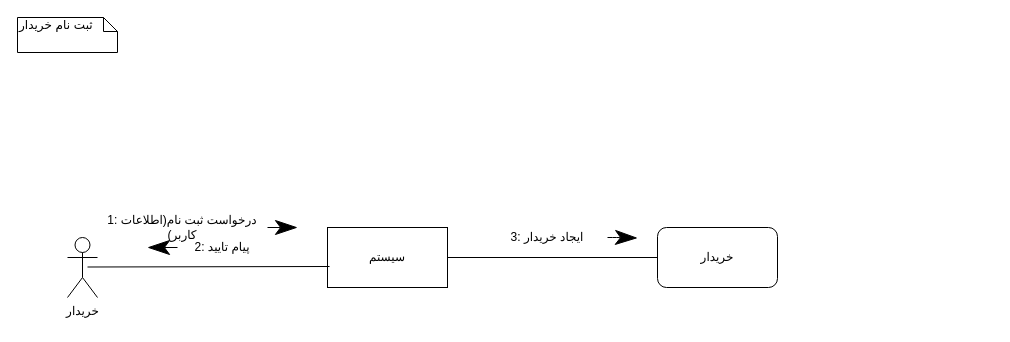
Above: Behavioural Modeling/Communication Diagrams/customer_signup.drawio in khoramian/TahDig_SoftwareEngineering (draw.io), before the change. Source tidied: cells renumbered, new cells numbered last; positions are measured from the earlier drawing's top-left corner, leaving out a move shared by most shapes. Both pictures are drawn from the tidied source at 100%, with x=0, y=0 at pixel (17, 17).
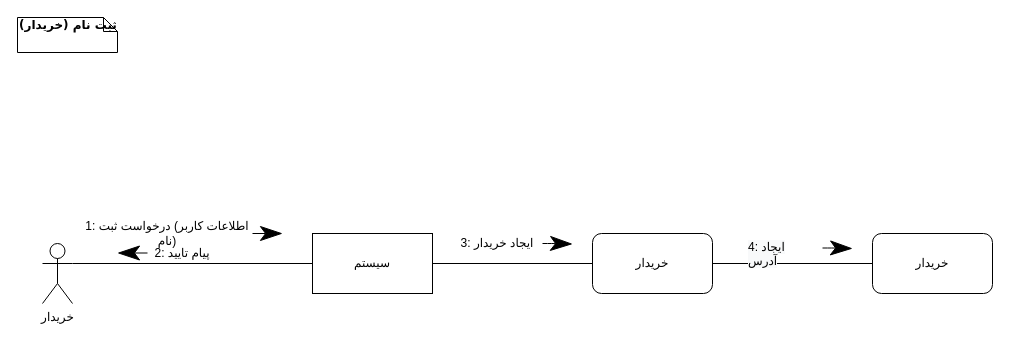
Above is the later version.

What changed in the source:
```diff
@@
-    <mxCell id="2" value="1: درخواست ثبت نام(اطلاعات کاربر)" style="text;html=1;strokeColor=none;fillColor=none;align=center;verticalAlign=middle;whiteSpace=wrap;rounded=0;" parent="1" vertex="1">
-      <mxGeometry x="80" y="200" width="170" height="20" as="geometry" />
+    <mxCell id="2" value="1: اطلاعات کاربر) درخواست ثبت نام)" style="text;html=1;strokeColor=none;fillColor=none;align=center;verticalAlign=middle;whiteSpace=wrap;rounded=0;" parent="1" vertex="1">
+      <mxGeometry x="65" y="206" width="170" height="20" as="geometry" />
     </mxCell>
     <mxCell id="3" value="خریدار" style="shape=umlActor;verticalLabelPosition=bottom;verticalAlign=top;html=1;outlineConnect=0;" parent="1" vertex="1">
-      <mxGeometry x="50" y="220" width="30" height="60" as="geometry" />
+      <mxGeometry x="25" y="226" width="30" height="60" as="geometry" />
     </mxCell>
     <mxCell id="4" value="سیستم" style="rounded=0;whiteSpace=wrap;html=1;" parent="1" vertex="1">
-      <mxGeometry x="310" y="210" width="120" height="60" as="geometry" />
+      <mxGeometry x="295" y="216" width="120" height="60" as="geometry" />
     </mxCell>
-    <mxCell id="5" value="ثبت نام خریدار" style="shape=note;whiteSpace=wrap;html=1;size=14;verticalAlign=top;align=left;spacingTop=-6;rounded=0;shadow=0;comic=0;labelBackgroundColor=none;strokeWidth=1;fontFamily=Verdana;fontSize=12;" parent="1" vertex="1">
+    <mxCell id="5" value="&lt;b&gt;&lt;font style=&quot;font-size: 12px&quot;&gt;(ثبت نام (خریدار&lt;/font&gt;&lt;/b&gt;" style="shape=note;whiteSpace=wrap;html=1;size=14;verticalAlign=top;align=left;spacingTop=-6;rounded=0;shadow=0;comic=0;labelBackgroundColor=none;strokeWidth=1;fontFamily=Verdana;fontSize=12;" parent="1" vertex="1">
       <mxGeometry width="100" height="35" as="geometry" />
     </mxCell>
     <mxCell id="6" style="endArrow=none;html=1;exitX=1;exitY=0.5;exitDx=0;exitDy=0;entryX=0;entryY=0.5;entryDx=0;entryDy=0;" parent="1" edge="1" source="4">
       <mxGeometry relative="1" as="geometry">
-        <mxPoint x="640" y="240" as="targetPoint" />
+        <mxPoint x="625" y="246" as="targetPoint" />
       </mxGeometry>
     </mxCell>
-    <mxCell id="7" style="endArrow=none;html=1;exitX=1;exitY=0.5;exitDx=0;exitDy=0;entryX=0.017;entryY=0.65;entryDx=0;entryDy=0;entryPerimeter=0;" parent="1" edge="1" target="4">
-      <mxGeometry relative="1" as="geometry">
-        <mxPoint x="70" y="249.5" as="sourcePoint" />
-      </mxGeometry>
+    <mxCell id="7" style="endArrow=none;html=1;exitX=1;exitY=0.3333333333333333;exitDx=0;exitDy=0;entryX=0;entryY=0.5;entryDx=0;entryDy=0;exitPerimeter=0;" parent="1" edge="1" source="3" target="4">
+      <mxGeometry relative="1" as="geometry" />
     </mxCell>
     <mxCell id="8" value="2: پیام تایید " style="text;html=1;strokeColor=none;fillColor=none;align=center;verticalAlign=middle;whiteSpace=wrap;rounded=0;" parent="1" vertex="1">
-      <mxGeometry x="160" y="220" width="90" height="20" as="geometry" />
+      <mxGeometry x="120" y="226" width="90" height="20" as="geometry" />
     </mxCell>
     <mxCell id="9" value="3: ایجاد خریدار" style="text;html=1;strokeColor=none;fillColor=none;align=center;verticalAlign=middle;whiteSpace=wrap;rounded=0;" parent="1" vertex="1">
-      <mxGeometry x="440" y="210" width="180" height="20" as="geometry" />
+      <mxGeometry x="415" y="216" width="130" height="20" as="geometry" />
     </mxCell>
     <mxCell id="10" style="endArrow=classicThin;html=1;strokeWidth=1;endSize=20;" parent="1" edge="1">
       <mxGeometry relative="1" as="geometry">
-        <mxPoint x="590" y="220" as="sourcePoint" />
-        <mxPoint x="620" y="220.5" as="targetPoint" />
+        <mxPoint x="525" y="226" as="sourcePoint" />
+        <mxPoint x="555" y="226.5" as="targetPoint" />
         <Array as="points">
-          <mxPoint x="600" y="220" />
+          <mxPoint x="535" y="226" />
         </Array>
       </mxGeometry>
     </mxCell>
     <mxCell id="11" style="endArrow=classicThin;html=1;strokeWidth=1;endSize=20;" parent="1" edge="1">
       <mxGeometry relative="1" as="geometry">
-        <mxPoint x="250" y="210" as="sourcePoint" />
-        <mxPoint x="280" y="210" as="targetPoint" />
+        <mxPoint x="235" y="216" as="sourcePoint" />
+        <mxPoint x="265" y="216" as="targetPoint" />
       </mxGeometry>
     </mxCell>
     <mxCell id="12" style="endArrow=classicThin;html=1;strokeWidth=1;endSize=20;entryX=0;entryY=0.5;entryDx=0;entryDy=0;" parent="1" edge="1">
       <mxGeometry relative="1" as="geometry">
-        <mxPoint x="160" y="230" as="sourcePoint" />
-        <mxPoint x="130" y="230" as="targetPoint" />
+        <mxPoint x="130" y="235.5" as="sourcePoint" />
+        <mxPoint x="100" y="235.5" as="targetPoint" />
       </mxGeometry>
     </mxCell>
     <mxCell id="13" value="خریدار" style="rounded=1;whiteSpace=wrap;html=1;" parent="1" vertex="1">
-      <mxGeometry x="640" y="210" width="120" height="60" as="geometry" />
+      <mxGeometry x="575" y="216" width="120" height="60" as="geometry" />
     </mxCell>
+    <mxCell id="14" value="خریدار" style="rounded=1;whiteSpace=wrap;html=1;" parent="1" vertex="1">
+      <mxGeometry x="855" y="216" width="120" height="60" as="geometry" />
+    </mxCell>
+    <mxCell id="15" style="endArrow=none;html=1;exitX=1;exitY=0.5;exitDx=0;exitDy=0;entryX=0;entryY=0.5;entryDx=0;entryDy=0;" parent="1" edge="1" source="13" target="14">
+      <mxGeometry relative="1" as="geometry" />
+    </mxCell>
+    <mxCell id="16" value="&lt;span style=&quot;color: rgb(0 , 0 , 0) ; font-family: &amp;#34;helvetica&amp;#34; ; font-size: 12px ; font-style: normal ; font-weight: 400 ; letter-spacing: normal ; text-align: center ; text-indent: 0px ; text-transform: none ; word-spacing: 0px ; background-color: rgb(248 , 249 , 250) ; display: inline ; float: none&quot;&gt;4: ایجاد آدرس&lt;/span&gt;" style="text;whiteSpace=wrap;html=1;" parent="1" vertex="1">
+      <mxGeometry x="729" y="216" width="70" height="30" as="geometry" />
+    </mxCell>
+    <mxCell id="17" style="endArrow=classicThin;html=1;strokeWidth=1;endSize=20;" parent="1" edge="1">
+      <mxGeometry relative="1" as="geometry">
+        <mxPoint x="805" y="230.5" as="sourcePoint" />
+        <mxPoint x="835" y="231" as="targetPoint" />
+        <Array as="points">
+          <mxPoint x="815" y="230.5" />
+        </Array>
+      </mxGeometry>
+    </mxCell>
```
